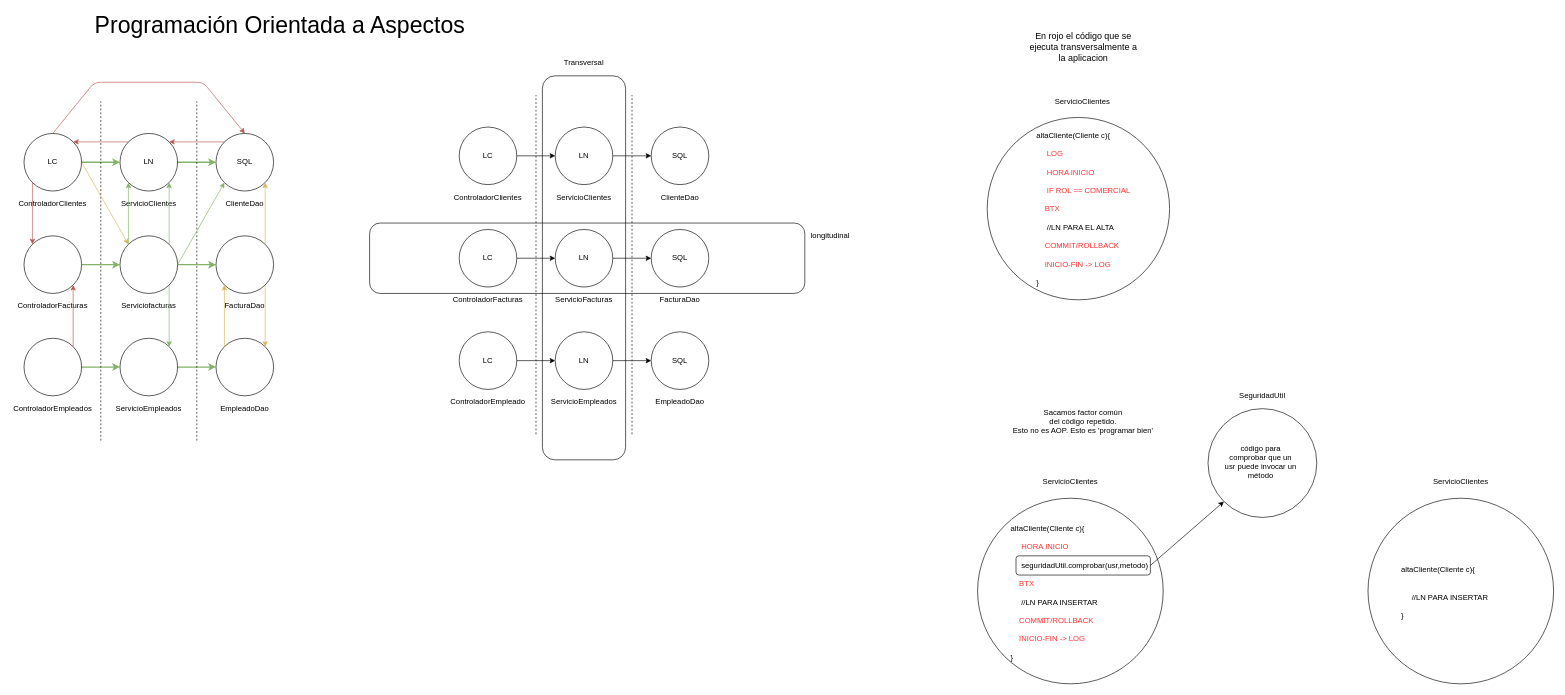
This is page "3-AOP" (3 of 34) of seguridad.drawio from lrag/seguridad_java, a draw.io file, before an edit. Source tidied: cells renumbered, new cells numbered last; positions are measured from the earlier drawing's top-left corner, leaving out a move shared by most shapes. Both pictures are drawn from the tidied source at 64%, with x=0, y=0 at pixel (24, 18).
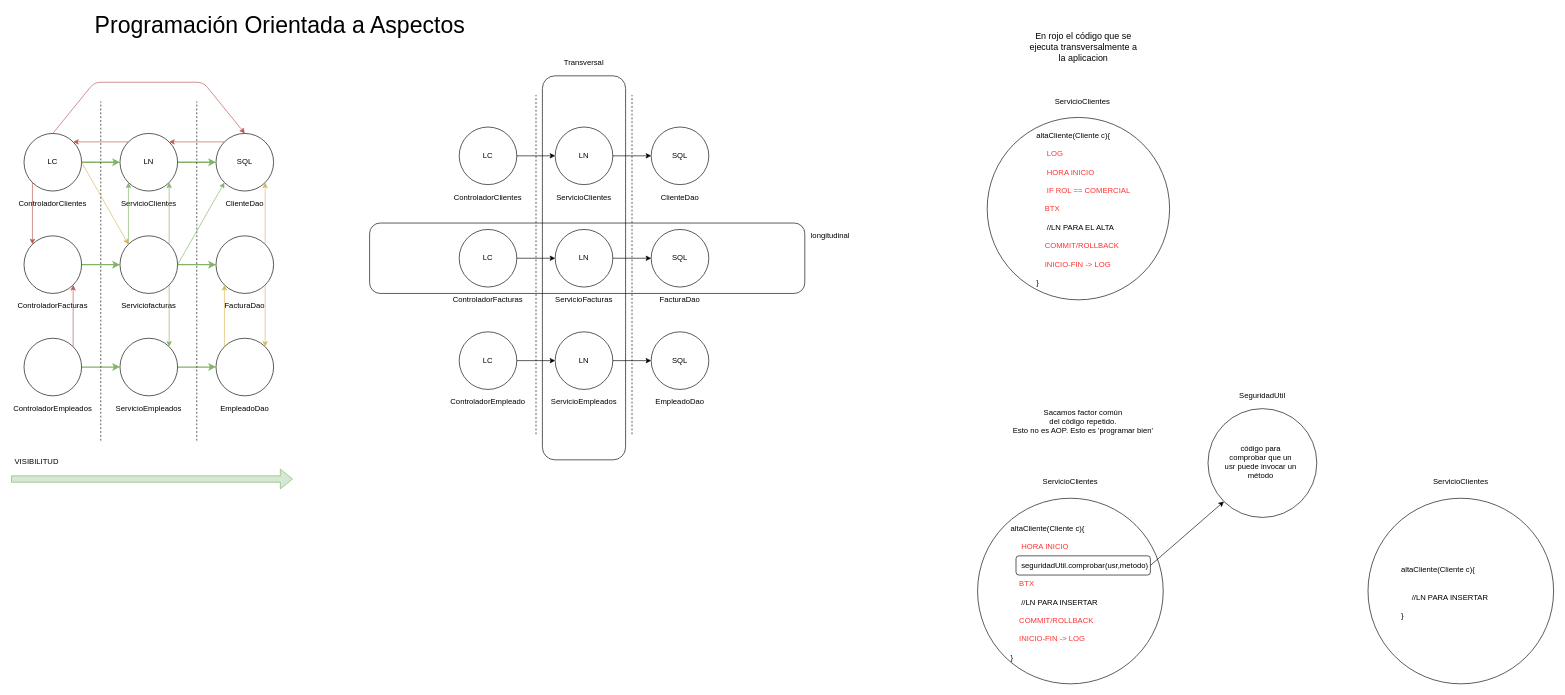
Above is the later version.

Diff of the diagram source:
```diff
@@
+    <mxCell id="88" style="shape=flexArrow;endArrow=classic;html=1;rounded=0;fillColor=#d5e8d4;strokeColor=#82b366;" parent="1" edge="1">
+      <mxGeometry relative="1" as="geometry">
+        <mxPoint x="-20" y="720" as="sourcePoint" />
+        <mxPoint x="420" y="720" as="targetPoint" />
+      </mxGeometry>
+    </mxCell>
+    <mxCell id="89" value="VISIBILITUD" style="text;html=1;strokeColor=none;fillColor=none;align=center;verticalAlign=middle;whiteSpace=wrap;rounded=0;" parent="1" vertex="1">
+      <mxGeometry x="-10" y="678" width="60" height="30" as="geometry" />
+    </mxCell>
```
